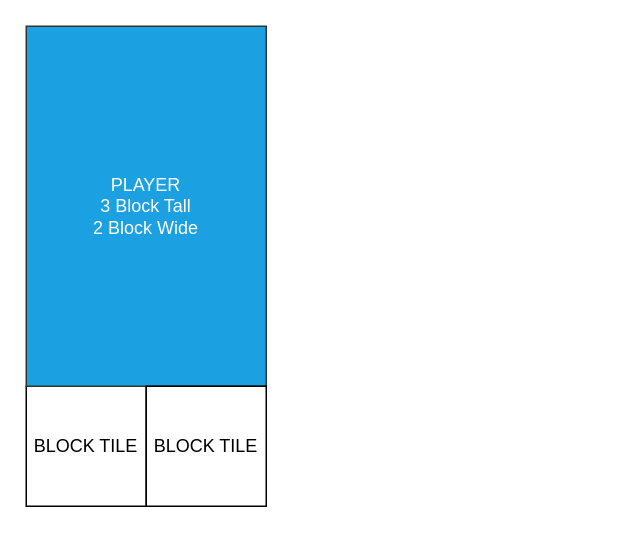
relicright/Unity keeps this draw.io diagram as BR_Player.drawio. Above is the earlier version. Source tidied: cells renumbered, new cells numbered last; positions are measured from the earlier drawing's top-left corner, leaving out a move shared by most shapes. Both pictures are drawn from the tidied source at 150%, with x=0, y=0 at pixel (26, 26).
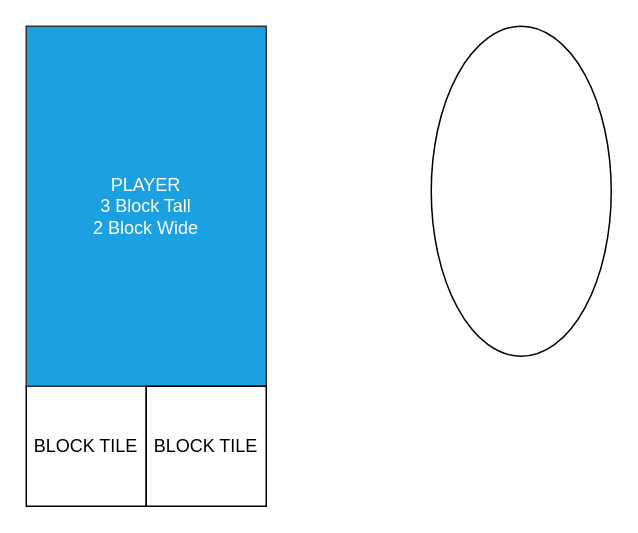
The same diagram, later.

The edit, as a diff of the source:
```diff
@@
 <mxGraphModel>
   <root>
     <mxCell id="0" />
     <mxCell id="1" parent="0" />
     <mxCell id="2" value="BLOCK TILE" style="whiteSpace=wrap;html=1;" parent="1" vertex="1">
       <mxGeometry y="240" width="80" height="80" as="geometry" />
     </mxCell>
     <mxCell id="3" value="&lt;div&gt;PLAYER&lt;/div&gt;&lt;div&gt;3 Block Tall&lt;/div&gt;&lt;div&gt;2 Block Wide&lt;br&gt;&lt;/div&gt;" style="rounded=0;whiteSpace=wrap;html=1;fillColor=#1ba1e2;strokeColor=#333333;fontColor=#ffffff;" parent="1" vertex="1">
       <mxGeometry width="160" height="240" as="geometry" />
     </mxCell>
     <mxCell id="4" value="BLOCK TILE" style="whiteSpace=wrap;html=1;" parent="1" vertex="1">
       <mxGeometry x="80" y="240" width="80" height="80" as="geometry" />
     </mxCell>
+    <mxCell id="5" style="ellipse;whiteSpace=wrap;html=1;" parent="1" vertex="1">
+      <mxGeometry x="270" width="120" height="220" as="geometry" />
+    </mxCell>
   </root>
 </mxGraphModel>
```
